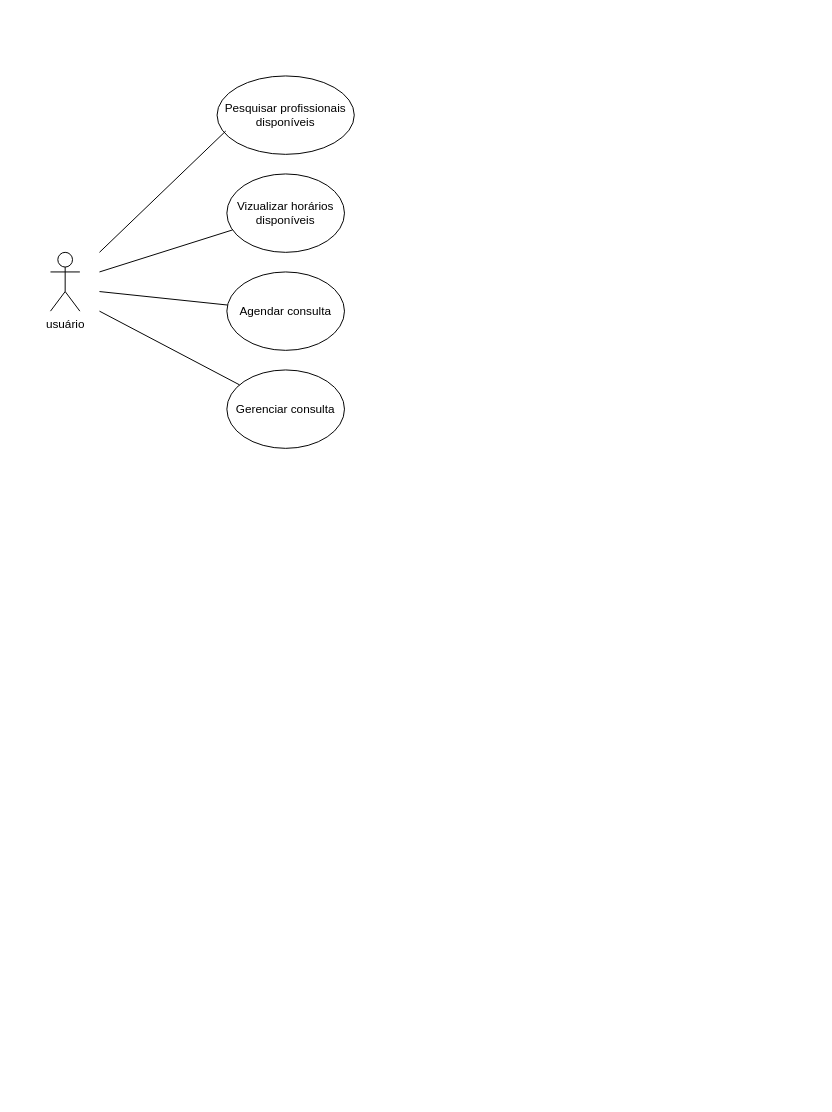
Earlier version of the draw.io diagram Untitled Diagram.drawio (emilieny/padroes-de-projeto). Source tidied: cells renumbered, new cells numbered last; positions are measured from the earlier drawing's top-left corner, leaving out a move shared by most shapes. Both pictures are drawn from the tidied source at 98%, with x=0, y=0 at pixel (50, 75).
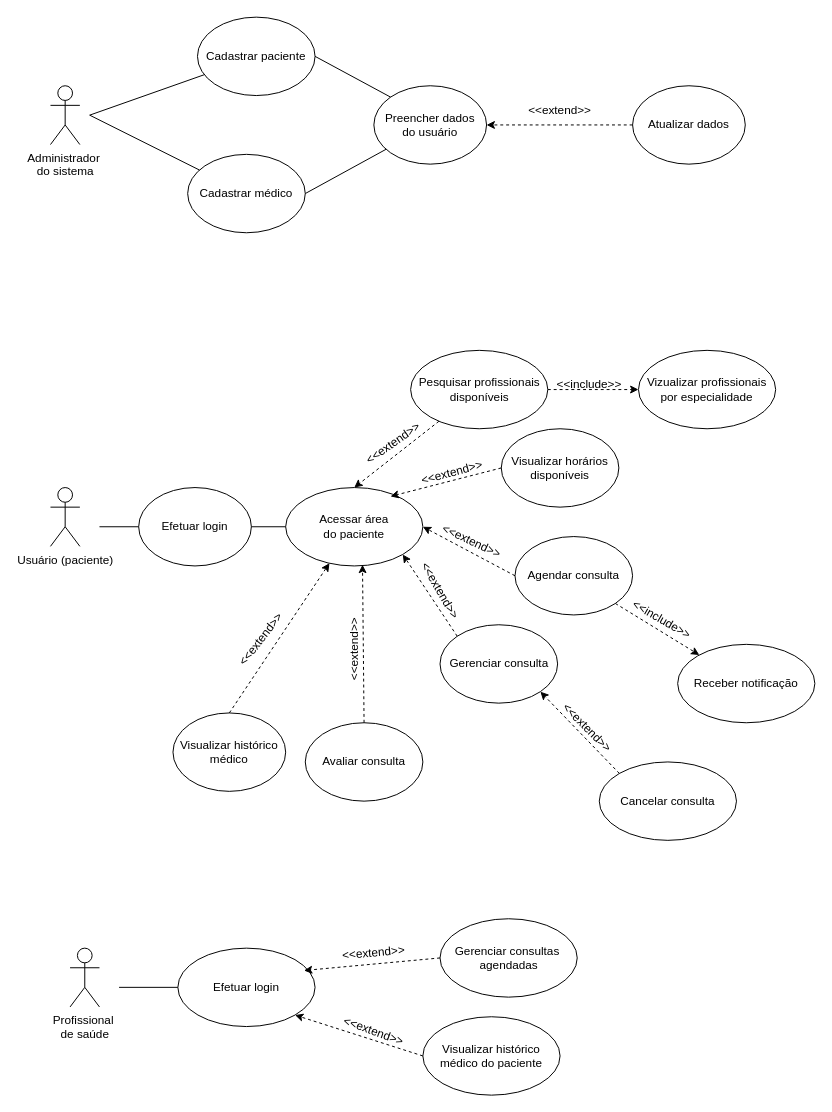
Above is the later version.

The edit, as a diff of the source:
```diff
@@
-    <mxCell id="2" value="usuário&lt;div&gt;&lt;br&gt;&lt;/div&gt;" style="shape=umlActor;verticalLabelPosition=bottom;verticalAlign=top;html=1;" parent="1" vertex="1">
-      <mxGeometry y="180" width="30" height="60" as="geometry" />
+    <mxCell id="2" value="&lt;div&gt;Usuário (paciente)&lt;/div&gt;" style="shape=umlActor;verticalLabelPosition=bottom;verticalAlign=top;html=1;" parent="1" vertex="1">
+      <mxGeometry y="420" width="30" height="60" as="geometry" />
     </mxCell>
     <mxCell id="3" value="Pesquisar profissionais disponíveis" style="ellipse;whiteSpace=wrap;html=1;" parent="1" vertex="1">
-      <mxGeometry x="170" width="140" height="80" as="geometry" />
+      <mxGeometry x="367.5" y="280" width="140" height="80" as="geometry" />
     </mxCell>
-    <mxCell id="4" value="Vizualizar horários disponíveis" style="ellipse;whiteSpace=wrap;html=1;" parent="1" vertex="1">
-      <mxGeometry x="180" y="100" width="120" height="80" as="geometry" />
+    <mxCell id="4" value="Visualizar horários disponíveis" style="ellipse;whiteSpace=wrap;html=1;" parent="1" vertex="1">
+      <mxGeometry x="460" y="360" width="120" height="80" as="geometry" />
     </mxCell>
     <mxCell id="5" value="Agendar consulta" style="ellipse;whiteSpace=wrap;html=1;" parent="1" vertex="1">
-      <mxGeometry x="180" y="200" width="120" height="80" as="geometry" />
+      <mxGeometry x="474" y="470" width="120" height="80" as="geometry" />
     </mxCell>
     <mxCell id="6" value="Gerenciar consulta" style="ellipse;whiteSpace=wrap;html=1;" parent="1" vertex="1">
-      <mxGeometry x="180" y="300" width="120" height="80" as="geometry" />
+      <mxGeometry x="397.5" y="560" width="120" height="80" as="geometry" />
     </mxCell>
-    <mxCell id="7" style="endArrow=none;html=1;rounded=0;entryX=0.063;entryY=0.703;entryDx=0;entryDy=0;entryPerimeter=0;" parent="1" edge="1" target="3">
-      <mxGeometry relative="1" as="geometry">
-        <mxPoint x="50" y="180" as="sourcePoint" />
-      </mxGeometry>
-    </mxCell>
-    <mxCell id="8" style="endArrow=none;html=1;rounded=0;" parent="1" edge="1" target="4">
-      <mxGeometry relative="1" as="geometry">
-        <mxPoint x="50" y="200" as="sourcePoint" />
-      </mxGeometry>
-    </mxCell>
-    <mxCell id="9" style="endArrow=none;html=1;rounded=0;" parent="1" edge="1" target="5">
-      <mxGeometry relative="1" as="geometry">
-        <mxPoint x="50" y="220" as="sourcePoint" />
-      </mxGeometry>
-    </mxCell>
-    <mxCell id="10" style="endArrow=none;html=1;rounded=0;" parent="1" edge="1" target="6">
-      <mxGeometry relative="1" as="geometry">
-        <mxPoint x="50" y="240" as="sourcePoint" />
-      </mxGeometry>
-    </mxCell>
+    <mxCell id="11" value="Cadastrar paciente" style="ellipse;whiteSpace=wrap;html=1;" parent="1" vertex="1">
+      <mxGeometry x="150" y="-60" width="120" height="80" as="geometry" />
+    </mxCell>
+    <mxCell id="12" value="Cadastrar médico" style="ellipse;whiteSpace=wrap;html=1;" parent="1" vertex="1">
+      <mxGeometry x="140" y="80" width="120" height="80" as="geometry" />
+    </mxCell>
+    <mxCell id="13" value="Administrador&amp;nbsp;&lt;div&gt;do sistema&lt;/div&gt;" style="shape=umlActor;verticalLabelPosition=bottom;verticalAlign=top;html=1;" parent="1" vertex="1">
+      <mxGeometry y="10" width="30" height="60" as="geometry" />
+    </mxCell>
+    <mxCell id="14" style="endArrow=none;html=1;rounded=0;" parent="1" edge="1" source="12" target="11">
+      <mxGeometry relative="1" as="geometry">
+        <Array as="points">
+          <mxPoint x="40" y="40" />
+        </Array>
+      </mxGeometry>
+    </mxCell>
+    <mxCell id="15" value="Acessar área&lt;div&gt;do paciente&lt;/div&gt;" style="ellipse;whiteSpace=wrap;html=1;" parent="1" vertex="1">
+      <mxGeometry x="240" y="420" width="140" height="80" as="geometry" />
+    </mxCell>
+    <mxCell id="16" value="Receber notificação" style="ellipse;whiteSpace=wrap;html=1;" parent="1" vertex="1">
+      <mxGeometry x="640" y="580" width="140" height="80" as="geometry" />
+    </mxCell>
+    <mxCell id="17" style="endArrow=classic;html=1;rounded=0;dashed=1;exitX=1;exitY=1;exitDx=0;exitDy=0;" parent="1" edge="1" source="5" target="16">
+      <mxGeometry relative="1" as="geometry" />
+    </mxCell>
+    <mxCell id="18" value="&amp;lt;&amp;lt;include&amp;gt;&amp;gt;" style="text;html=1;align=center;verticalAlign=middle;whiteSpace=wrap;rounded=0;rotation=30;" parent="1" vertex="1">
+      <mxGeometry x="594" y="540" width="60" height="30" as="geometry" />
+    </mxCell>
+    <mxCell id="19" value="Avaliar consulta" style="ellipse;whiteSpace=wrap;html=1;" parent="1" vertex="1">
+      <mxGeometry x="260" y="660" width="120" height="80" as="geometry" />
+    </mxCell>
+    <mxCell id="20" value="Profissional&amp;nbsp;&lt;div&gt;de saúde&lt;div&gt;&lt;br&gt;&lt;/div&gt;&lt;/div&gt;" style="shape=umlActor;verticalLabelPosition=bottom;verticalAlign=top;html=1;" parent="1" vertex="1">
+      <mxGeometry x="20" y="890" width="30" height="60" as="geometry" />
+    </mxCell>
+    <mxCell id="21" style="endArrow=classic;html=1;rounded=0;dashed=1;entryX=0.5;entryY=0;entryDx=0;entryDy=0;" parent="1" edge="1" source="3" target="15">
+      <mxGeometry relative="1" as="geometry" />
+    </mxCell>
+    <mxCell id="22" style="endArrow=classic;html=1;rounded=0;dashed=1;exitX=0;exitY=0.5;exitDx=0;exitDy=0;entryX=0.764;entryY=0.113;entryDx=0;entryDy=0;entryPerimeter=0;" parent="1" edge="1" source="4" target="15">
+      <mxGeometry relative="1" as="geometry" />
+    </mxCell>
+    <mxCell id="23" style="endArrow=classic;html=1;rounded=0;dashed=1;exitX=0;exitY=0.5;exitDx=0;exitDy=0;entryX=1;entryY=0.5;entryDx=0;entryDy=0;" parent="1" edge="1" source="5" target="15">
+      <mxGeometry relative="1" as="geometry" />
+    </mxCell>
+    <mxCell id="24" style="endArrow=classic;html=1;rounded=0;dashed=1;exitX=0;exitY=0;exitDx=0;exitDy=0;entryX=1;entryY=1;entryDx=0;entryDy=0;" parent="1" edge="1" source="6" target="15">
+      <mxGeometry relative="1" as="geometry" />
+    </mxCell>
+    <mxCell id="25" style="endArrow=classic;html=1;rounded=0;dashed=1;exitX=0.5;exitY=0;exitDx=0;exitDy=0;entryX=0.56;entryY=0.985;entryDx=0;entryDy=0;entryPerimeter=0;" parent="1" edge="1" source="19" target="15">
+      <mxGeometry relative="1" as="geometry" />
+    </mxCell>
+    <mxCell id="26" value="&amp;lt;&amp;lt;extend&amp;gt;&amp;gt;" style="text;html=1;align=center;verticalAlign=middle;whiteSpace=wrap;rounded=0;rotation=-15;" parent="1" vertex="1">
+      <mxGeometry x="380" y="390" width="60" height="30" as="geometry" />
+    </mxCell>
+    <mxCell id="27" value="&amp;lt;&amp;lt;extend&amp;gt;&amp;gt;" style="text;html=1;align=center;verticalAlign=middle;whiteSpace=wrap;rounded=0;rotation=-35;" parent="1" vertex="1">
+      <mxGeometry x="320" y="360" width="60" height="30" as="geometry" />
+    </mxCell>
+    <mxCell id="28" value="&amp;lt;&amp;lt;extend&amp;gt;&amp;gt;" style="text;html=1;align=center;verticalAlign=middle;whiteSpace=wrap;rounded=0;rotation=25;" parent="1" vertex="1">
+      <mxGeometry x="400" y="460" width="60" height="30" as="geometry" />
+    </mxCell>
+    <mxCell id="29" value="&amp;lt;&amp;lt;extend&amp;gt;&amp;gt;" style="text;html=1;align=center;verticalAlign=middle;whiteSpace=wrap;rounded=0;rotation=60;" parent="1" vertex="1">
+      <mxGeometry x="367.5" y="510" width="60" height="30" as="geometry" />
+    </mxCell>
+    <mxCell id="30" value="&amp;lt;&amp;lt;extend&amp;gt;&amp;gt;" style="text;html=1;align=center;verticalAlign=middle;whiteSpace=wrap;rounded=0;rotation=-90;" parent="1" vertex="1">
+      <mxGeometry x="280" y="570" width="60" height="30" as="geometry" />
+    </mxCell>
+    <mxCell id="31" value="Cancelar consulta" style="ellipse;whiteSpace=wrap;html=1;" parent="1" vertex="1">
+      <mxGeometry x="560" y="700" width="140" height="80" as="geometry" />
+    </mxCell>
+    <mxCell id="32" style="endArrow=classic;html=1;rounded=0;dashed=1;exitX=0;exitY=0;exitDx=0;exitDy=0;entryX=1;entryY=1;entryDx=0;entryDy=0;" parent="1" edge="1" source="31" target="6">
+      <mxGeometry relative="1" as="geometry" />
+    </mxCell>
+    <mxCell id="33" value="&amp;lt;&amp;lt;extend&amp;gt;&amp;gt;" style="text;html=1;align=center;verticalAlign=middle;whiteSpace=wrap;rounded=0;rotation=45;" parent="1" vertex="1">
+      <mxGeometry x="517.5" y="650" width="60" height="30" as="geometry" />
+    </mxCell>
+    <mxCell id="34" value="Efetuar login" style="ellipse;whiteSpace=wrap;html=1;" parent="1" vertex="1">
+      <mxGeometry x="130" y="890" width="140" height="80" as="geometry" />
+    </mxCell>
+    <mxCell id="35" style="endArrow=none;html=1;rounded=0;" parent="1" edge="1" source="34">
+      <mxGeometry relative="1" as="geometry">
+        <mxPoint x="70" y="930" as="targetPoint" />
+      </mxGeometry>
+    </mxCell>
+    <mxCell id="36" value="Efetuar login" style="ellipse;whiteSpace=wrap;html=1;" parent="1" vertex="1">
+      <mxGeometry x="90" y="420" width="115" height="80" as="geometry" />
+    </mxCell>
+    <mxCell id="37" style="endArrow=none;html=1;rounded=0;" parent="1" edge="1" source="15" target="36">
+      <mxGeometry relative="1" as="geometry" />
+    </mxCell>
+    <mxCell id="38" style="endArrow=none;html=1;rounded=0;exitX=0;exitY=0.5;exitDx=0;exitDy=0;" parent="1" edge="1" source="36">
+      <mxGeometry relative="1" as="geometry">
+        <mxPoint x="50" y="460" as="targetPoint" />
+      </mxGeometry>
+    </mxCell>
+    <mxCell id="39" value="Visualizar histórico médico" style="ellipse;whiteSpace=wrap;html=1;" parent="1" vertex="1">
+      <mxGeometry x="125" y="650" width="115" height="80" as="geometry" />
+    </mxCell>
+    <mxCell id="40" style="endArrow=classic;html=1;rounded=0;dashed=1;exitX=0.5;exitY=0;exitDx=0;exitDy=0;entryX=0.319;entryY=0.965;entryDx=0;entryDy=0;entryPerimeter=0;" parent="1" edge="1" source="39" target="15">
+      <mxGeometry relative="1" as="geometry" />
+    </mxCell>
+    <mxCell id="41" value="&amp;lt;&amp;lt;extend&amp;gt;&amp;gt;" style="text;html=1;align=center;verticalAlign=middle;whiteSpace=wrap;rounded=0;rotation=-52;" parent="1" vertex="1">
+      <mxGeometry x="190" y="560" width="50" height="30" as="geometry" />
+    </mxCell>
+    <mxCell id="42" value="Vizualizar profissionais por especialidade" style="ellipse;whiteSpace=wrap;html=1;" parent="1" vertex="1">
+      <mxGeometry x="600" y="280" width="140" height="80" as="geometry" />
+    </mxCell>
+    <mxCell id="43" style="endArrow=classic;html=1;rounded=0;dashed=1;entryX=0;entryY=0.5;entryDx=0;entryDy=0;" parent="1" edge="1" source="3" target="42">
+      <mxGeometry relative="1" as="geometry" />
+    </mxCell>
+    <mxCell id="44" value="&amp;lt;&amp;lt;include&amp;gt;&amp;gt;" style="text;html=1;align=center;verticalAlign=middle;whiteSpace=wrap;rounded=0;rotation=0;" parent="1" vertex="1">
+      <mxGeometry x="520" y="300" width="60" height="30" as="geometry" />
+    </mxCell>
+    <mxCell id="45" value="Preencher dados&lt;div&gt;do usuário&lt;/div&gt;" style="ellipse;whiteSpace=wrap;html=1;" parent="1" vertex="1">
+      <mxGeometry x="330" y="10" width="115" height="80" as="geometry" />
+    </mxCell>
+    <mxCell id="46" style="endArrow=none;html=1;rounded=0;exitX=1;exitY=0.5;exitDx=0;exitDy=0;" parent="1" edge="1" source="12" target="45">
+      <mxGeometry relative="1" as="geometry" />
+    </mxCell>
+    <mxCell id="47" style="endArrow=none;html=1;rounded=0;exitX=1;exitY=0.5;exitDx=0;exitDy=0;entryX=0;entryY=0;entryDx=0;entryDy=0;" parent="1" edge="1" source="11" target="45">
+      <mxGeometry relative="1" as="geometry" />
+    </mxCell>
+    <mxCell id="48" value="Atualizar dados" style="ellipse;whiteSpace=wrap;html=1;" parent="1" vertex="1">
+      <mxGeometry x="594" y="10" width="115" height="80" as="geometry" />
+    </mxCell>
+    <mxCell id="49" style="endArrow=classic;html=1;rounded=0;dashed=1;exitX=0;exitY=0.5;exitDx=0;exitDy=0;" parent="1" edge="1" source="48" target="45">
+      <mxGeometry relative="1" as="geometry" />
+    </mxCell>
+    <mxCell id="50" value="&amp;lt;&amp;lt;extend&amp;gt;&amp;gt;" style="text;html=1;align=center;verticalAlign=middle;whiteSpace=wrap;rounded=0;rotation=0;" parent="1" vertex="1">
+      <mxGeometry x="490" y="20" width="60" height="30" as="geometry" />
+    </mxCell>
+    <mxCell id="51" value="Gerenciar consultas&amp;nbsp;&lt;div&gt;agendadas&lt;/div&gt;" style="ellipse;whiteSpace=wrap;html=1;" parent="1" vertex="1">
+      <mxGeometry x="397.5" y="860" width="140" height="80" as="geometry" />
+    </mxCell>
+    <mxCell id="52" value="Visualizar histórico médico do paciente" style="ellipse;whiteSpace=wrap;html=1;" parent="1" vertex="1">
+      <mxGeometry x="380" y="960" width="140" height="80" as="geometry" />
+    </mxCell>
+    <mxCell id="53" style="endArrow=classic;html=1;rounded=0;dashed=1;exitX=0;exitY=0.5;exitDx=0;exitDy=0;entryX=1;entryY=1;entryDx=0;entryDy=0;" parent="1" edge="1" source="52" target="34">
+      <mxGeometry relative="1" as="geometry" />
+    </mxCell>
+    <mxCell id="54" style="endArrow=classic;html=1;rounded=0;dashed=1;exitX=0;exitY=0.5;exitDx=0;exitDy=0;entryX=0.919;entryY=0.285;entryDx=0;entryDy=0;entryPerimeter=0;" parent="1" edge="1" source="51" target="34">
+      <mxGeometry relative="1" as="geometry" />
+    </mxCell>
+    <mxCell id="55" value="&amp;lt;&amp;lt;extend&amp;gt;&amp;gt;" style="text;html=1;align=center;verticalAlign=middle;whiteSpace=wrap;rounded=0;rotation=20;" parent="1" vertex="1">
+      <mxGeometry x="300" y="960" width="60" height="30" as="geometry" />
+    </mxCell>
+    <mxCell id="56" value="&amp;lt;&amp;lt;extend&amp;gt;&amp;gt;" style="text;html=1;align=center;verticalAlign=middle;whiteSpace=wrap;rounded=0;rotation=-5;" parent="1" vertex="1">
+      <mxGeometry x="300" y="880" width="60" height="30" as="geometry" />
+    </mxCell>
```
